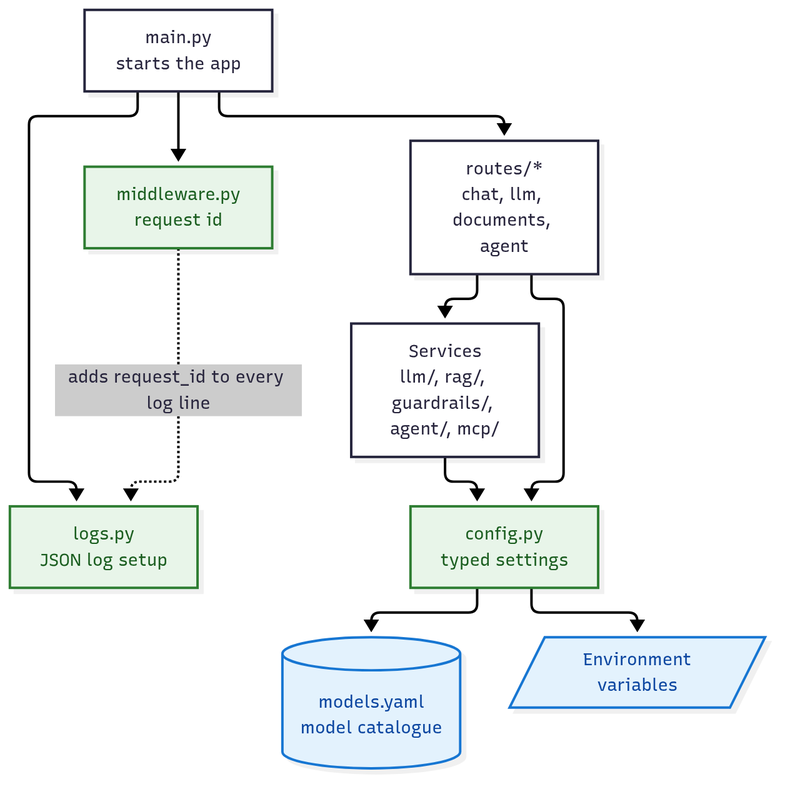
Before: docs/img/diagrams/stage1-module-map.png, a diagram exported from Mermaid (dsailajakrishna0-ship-it/customer-compass-v3). Its source is kept beside it as docs/diagrams/stage1-module-map.mmd.
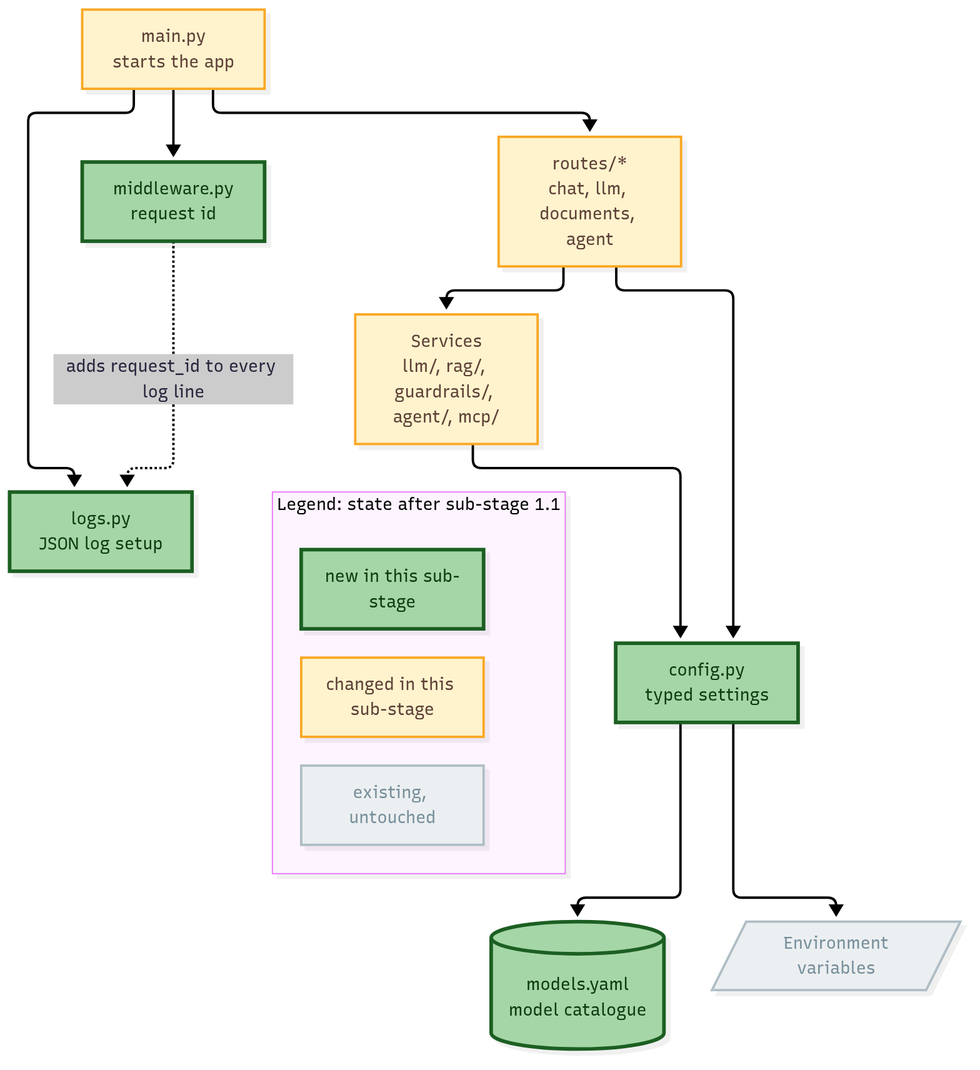
After the change.

Commit message:
Highlight what is new in the code tour: bright for new, amber for changed, grey for existing

Diff of the diagram source:
```diff
@@ -8,7 +8,16 @@
     C --> Y[("models.yaml<br/>model catalogue")]
     C --> E[/"Environment<br/>variables"/]
     W -.->|"adds request_id to every log line"| L
-    classDef new fill:#e8f5e9,stroke:#2e7d32,color:#1b5e20
-    classDef store fill:#e3f2fd,stroke:#1976d2,color:#0d47a1
-    class L,W,C new
-    class Y,E store
+    subgraph legend["Legend: state after sub-stage 1.1"]
+        direction LR
+        K1["new in this sub-stage"]
+        K2["changed in this sub-stage"]
+        K3["existing, untouched"]
+    end
+    S ~~~ legend
+    classDef new fill:#a5d6a7,stroke:#1b5e20,stroke-width:3px,color:#0d3b12
+    classDef changed fill:#fff3cd,stroke:#f9a825,stroke-width:2px,color:#5d4037
+    classDef existing fill:#eceff1,stroke:#b0bec5,color:#78909c
+    class L,W,C,Y,K1 new
+    class M,R,S,K2 changed
+    class E,K3 existing
```
